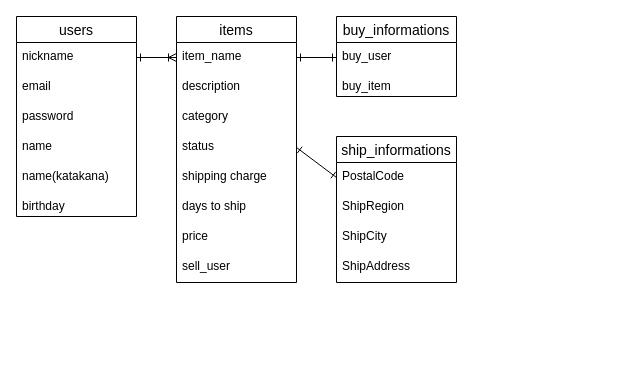
Earlier version of the draw.io diagram furima.dio (IWNFTH/furima-37860). Source tidied: cells renumbered, new cells numbered last; positions are measured from the earlier drawing's top-left corner, leaving out a move shared by most shapes. Both pictures are drawn from the tidied source at 100%, with x=0, y=0 at pixel (16, 16).
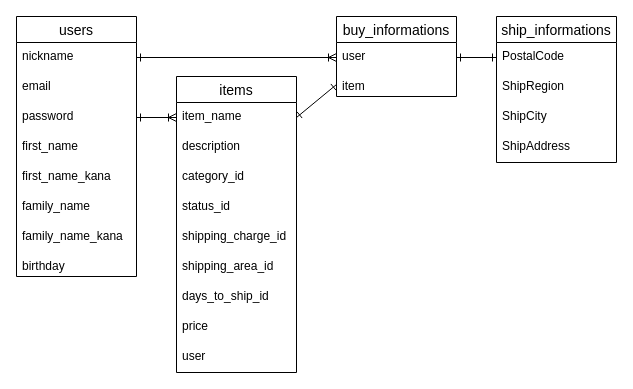
The same page after the edit.

Commit message (it also covers changes not shown here):
ER図とREADMEの修正

Unchanged cells that the change refers to:
```xml
<mxCell id="3" value="item_name" style="text;strokeColor=none;fillColor=none;spacingLeft=4;spacingRight=4;overflow=hidden;points=[[0,0.5],[1,0.5]];portConstraint=eastwest;fontSize=12;" parent="2" vertex="1">
  <mxGeometry y="26" width="120" height="30" as="geometry" />
</mxCell>
<mxCell id="12" value="nickname" style="text;strokeColor=none;fillColor=none;spacingLeft=4;spacingRight=4;overflow=hidden;points=[[0,0.5],[1,0.5]];portConstraint=eastwest;fontSize=12;" parent="11" vertex="1">
  <mxGeometry y="26" width="120" height="30" as="geometry" />
</mxCell>
<mxCell id="14" value="password" style="text;strokeColor=none;fillColor=none;spacingLeft=4;spacingRight=4;overflow=hidden;points=[[0,0.5],[1,0.5]];portConstraint=eastwest;fontSize=12;" parent="11" vertex="1">
  <mxGeometry y="86" width="120" height="30" as="geometry" />
</mxCell>
<mxCell id="19" value="PostalCode" style="text;strokeColor=none;fillColor=none;spacingLeft=4;spacingRight=4;overflow=hidden;points=[[0,0.5],[1,0.5]];portConstraint=eastwest;fontSize=12;" parent="18" vertex="1">
  <mxGeometry y="26" width="120" height="30" as="geometry" />
</mxCell>
<mxCell id="23" value="buy_informations" style="swimlane;fontStyle=0;horizontal=1;startSize=26;align=center;fontSize=14;" parent="1" vertex="1">
  <mxGeometry x="320" width="120" height="80" as="geometry" />
</mxCell>
```

Diff of the diagram source:
```diff
@@
     <mxCell id="2" value="items" style="swimlane;fontStyle=0;horizontal=1;startSize=26;align=center;fontSize=14;" parent="1" vertex="1">
-      <mxGeometry x="160" width="120" height="266" as="geometry" />
+      <mxGeometry x="160" y="60" width="120" height="296" as="geometry" />
     </mxCell>
@@
-    <mxCell id="5" value="category" style="text;strokeColor=none;fillColor=none;spacingLeft=4;spacingRight=4;overflow=hidden;fontSize=12;" parent="2" vertex="1">
+    <mxCell id="5" value="category_id" style="text;strokeColor=none;fillColor=none;spacingLeft=4;spacingRight=4;overflow=hidden;fontSize=12;" parent="2" vertex="1">
       <mxGeometry y="86" width="120" height="30" as="geometry" />
     </mxCell>
-    <mxCell id="6" value="status" style="text;strokeColor=none;fillColor=none;spacingLeft=4;spacingRight=4;overflow=hidden;points=[[0,0.5],[1,0.5]];portConstraint=eastwest;fontSize=12;" parent="2" vertex="1">
+    <mxCell id="6" value="status_id" style="text;strokeColor=none;fillColor=none;spacingLeft=4;spacingRight=4;overflow=hidden;points=[[0,0.5],[1,0.5]];portConstraint=eastwest;fontSize=12;" parent="2" vertex="1">
       <mxGeometry y="116" width="120" height="30" as="geometry" />
     </mxCell>
-    <mxCell id="7" value="shipping charge" style="text;strokeColor=none;fillColor=none;spacingLeft=4;spacingRight=4;overflow=hidden;fontSize=12;" parent="2" vertex="1">
+    <mxCell id="7" value="shipping_charge_id" style="text;strokeColor=none;fillColor=none;spacingLeft=4;spacingRight=4;overflow=hidden;fontSize=12;" parent="2" vertex="1">
       <mxGeometry y="146" width="120" height="30" as="geometry" />
     </mxCell>
+    <mxCell id="29" value="shipping_area_id" style="text;strokeColor=none;fillColor=none;spacingLeft=4;spacingRight=4;overflow=hidden;fontSize=12;" parent="2" vertex="1">
+      <mxGeometry y="176" width="120" height="30" as="geometry" />
+    </mxCell>
-    <mxCell id="8" value="days to ship&#10;" style="text;strokeColor=none;fillColor=none;spacingLeft=4;spacingRight=4;overflow=hidden;fontSize=12;" parent="2" vertex="1">
-      <mxGeometry y="176" width="120" height="30" as="geometry" />
+    <mxCell id="8" value="days_to_ship_id&#10;" style="text;strokeColor=none;fillColor=none;spacingLeft=4;spacingRight=4;overflow=hidden;fontSize=12;" parent="2" vertex="1">
+      <mxGeometry y="206" width="120" height="30" as="geometry" />
     </mxCell>
     <mxCell id="9" value="price" style="text;strokeColor=none;fillColor=none;spacingLeft=4;spacingRight=4;overflow=hidden;fontSize=12;" parent="2" vertex="1">
-      <mxGeometry y="206" width="120" height="30" as="geometry" />
+      <mxGeometry y="236" width="120" height="30" as="geometry" />
     </mxCell>
-    <mxCell id="10" value="sell_user" style="text;strokeColor=none;fillColor=none;spacingLeft=4;spacingRight=4;overflow=hidden;fontSize=12;" parent="2" vertex="1">
-      <mxGeometry y="236" width="120" height="30" as="geometry" />
+    <mxCell id="10" value="user" style="text;strokeColor=none;fillColor=none;spacingLeft=4;spacingRight=4;overflow=hidden;fontSize=12;" parent="2" vertex="1">
+      <mxGeometry y="266" width="120" height="30" as="geometry" />
     </mxCell>
     <mxCell id="11" value="users" style="swimlane;fontStyle=0;horizontal=1;startSize=26;align=center;fontSize=14;" parent="1" vertex="1">
-      <mxGeometry width="120" height="200" as="geometry" />
+      <mxGeometry width="120" height="260" as="geometry" />
     </mxCell>
@@
-    <mxCell id="15" value="name" style="text;strokeColor=none;fillColor=none;spacingLeft=4;spacingRight=4;overflow=hidden;fontSize=12;" parent="11" vertex="1">
+    <mxCell id="15" value="first_name" style="text;strokeColor=none;fillColor=none;spacingLeft=4;spacingRight=4;overflow=hidden;fontSize=12;" parent="11" vertex="1">
       <mxGeometry y="116" width="120" height="30" as="geometry" />
     </mxCell>
-    <mxCell id="16" value="name(katakana)" style="text;strokeColor=none;fillColor=none;spacingLeft=4;spacingRight=4;overflow=hidden;fontSize=12;" parent="11" vertex="1">
+    <mxCell id="16" value="first_name_kana" style="text;strokeColor=none;fillColor=none;spacingLeft=4;spacingRight=4;overflow=hidden;fontSize=12;" parent="11" vertex="1">
       <mxGeometry y="146" width="120" height="30" as="geometry" />
     </mxCell>
+    <mxCell id="30" value="family_name" style="text;strokeColor=none;fillColor=none;spacingLeft=4;spacingRight=4;overflow=hidden;fontSize=12;" parent="11" vertex="1">
+      <mxGeometry y="176" width="120" height="30" as="geometry" />
+    </mxCell>
+    <mxCell id="31" value="family_name_kana" style="text;strokeColor=none;fillColor=none;spacingLeft=4;spacingRight=4;overflow=hidden;fontSize=12;" parent="11" vertex="1">
+      <mxGeometry y="206" width="120" height="30" as="geometry" />
+    </mxCell>
     <mxCell id="17" value="birthday" style="text;strokeColor=none;fillColor=none;spacingLeft=4;spacingRight=4;overflow=hidden;fontSize=12;" parent="11" vertex="1">
-      <mxGeometry y="176" width="120" height="24" as="geometry" />
+      <mxGeometry y="236" width="120" height="24" as="geometry" />
     </mxCell>
     <mxCell id="18" value="ship_informations" style="swimlane;fontStyle=0;horizontal=1;startSize=26;align=center;fontSize=14;" parent="1" vertex="1">
-      <mxGeometry x="320" y="120" width="120" height="146" as="geometry" />
+      <mxGeometry x="480" width="120" height="146" as="geometry" />
     </mxCell>
@@
-    <mxCell id="24" value="buy_user" style="text;strokeColor=none;fillColor=none;spacingLeft=4;spacingRight=4;overflow=hidden;points=[[0,0.5],[1,0.5]];portConstraint=eastwest;fontSize=12;" parent="23" vertex="1">
+    <mxCell id="24" value="user" style="text;strokeColor=none;fillColor=none;spacingLeft=4;spacingRight=4;overflow=hidden;points=[[0,0.5],[1,0.5]];portConstraint=eastwest;fontSize=12;" parent="23" vertex="1">
       <mxGeometry y="26" width="120" height="30" as="geometry" />
     </mxCell>
-    <mxCell id="25" value="buy_item" style="text;strokeColor=none;fillColor=none;spacingLeft=4;spacingRight=4;overflow=hidden;points=[[0,0.5],[1,0.5]];portConstraint=eastwest;fontSize=12;" parent="23" vertex="1">
+    <mxCell id="25" value="item" style="text;strokeColor=none;fillColor=none;spacingLeft=4;spacingRight=4;overflow=hidden;points=[[0,0.5],[1,0.5]];portConstraint=eastwest;fontSize=12;" parent="23" vertex="1">
       <mxGeometry y="56" width="120" height="24" as="geometry" />
     </mxCell>
-    <mxCell id="26" style="edgeStyle=none;html=1;exitX=1;exitY=0.5;exitDx=0;exitDy=0;entryX=0;entryY=0.5;entryDx=0;entryDy=0;endArrow=ERoneToMany;endFill=0;startArrow=ERone;startFill=0;strokeWidth=1;jumpSize=6;" parent="1" edge="1" source="12" target="3">
+    <mxCell id="26" style="edgeStyle=none;html=1;exitX=1;exitY=0.5;exitDx=0;exitDy=0;entryX=0;entryY=0.5;entryDx=0;entryDy=0;endArrow=ERoneToMany;endFill=0;startArrow=ERone;startFill=0;strokeWidth=1;jumpSize=6;" parent="1" edge="1" source="14" target="3">
       <mxGeometry relative="1" as="geometry" />
     </mxCell>
-    <mxCell id="27" style="edgeStyle=none;jumpSize=6;html=1;exitX=1;exitY=0.5;exitDx=0;exitDy=0;entryX=0;entryY=0.5;entryDx=0;entryDy=0;startArrow=ERone;startFill=0;endArrow=ERone;endFill=0;strokeWidth=1;" parent="1" edge="1" source="3" target="24">
+    <mxCell id="27" style="edgeStyle=none;jumpSize=6;html=1;exitX=1;exitY=0.5;exitDx=0;exitDy=0;entryX=0;entryY=0.5;entryDx=0;entryDy=0;startArrow=ERone;startFill=0;endArrow=ERone;endFill=0;strokeWidth=1;" parent="1" edge="1" source="3" target="25">
       <mxGeometry relative="1" as="geometry" />
     </mxCell>
-    <mxCell id="28" style="edgeStyle=none;jumpSize=6;html=1;exitX=1;exitY=0.5;exitDx=0;exitDy=0;entryX=0;entryY=0.5;entryDx=0;entryDy=0;startArrow=ERone;startFill=0;endArrow=ERone;endFill=0;strokeWidth=1;" parent="1" edge="1" source="6" target="19">
-      <mxGeometry relative="1" as="geometry" />
-    </mxCell>
+    <mxCell id="32" style="edgeStyle=none;jumpSize=6;html=1;startArrow=ERone;startFill=0;endArrow=ERoneToMany;endFill=0;strokeWidth=1;entryX=0;entryY=0.5;entryDx=0;entryDy=0;exitX=1;exitY=0.5;exitDx=0;exitDy=0;" parent="1" edge="1" source="12" target="24">
+      <mxGeometry relative="1" as="geometry" />
+    </mxCell>
+    <mxCell id="33" style="edgeStyle=none;jumpSize=6;html=1;exitX=1;exitY=0.5;exitDx=0;exitDy=0;entryX=0;entryY=0.5;entryDx=0;entryDy=0;startArrow=ERone;startFill=0;endArrow=ERone;endFill=0;strokeWidth=1;" parent="1" edge="1" source="24" target="19">
+      <mxGeometry relative="1" as="geometry" />
+    </mxCell>
```
